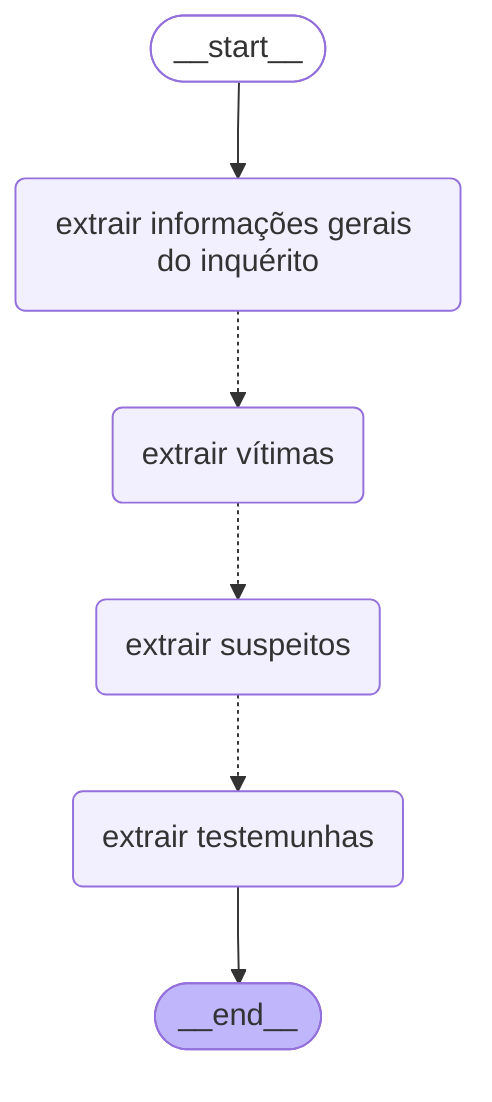
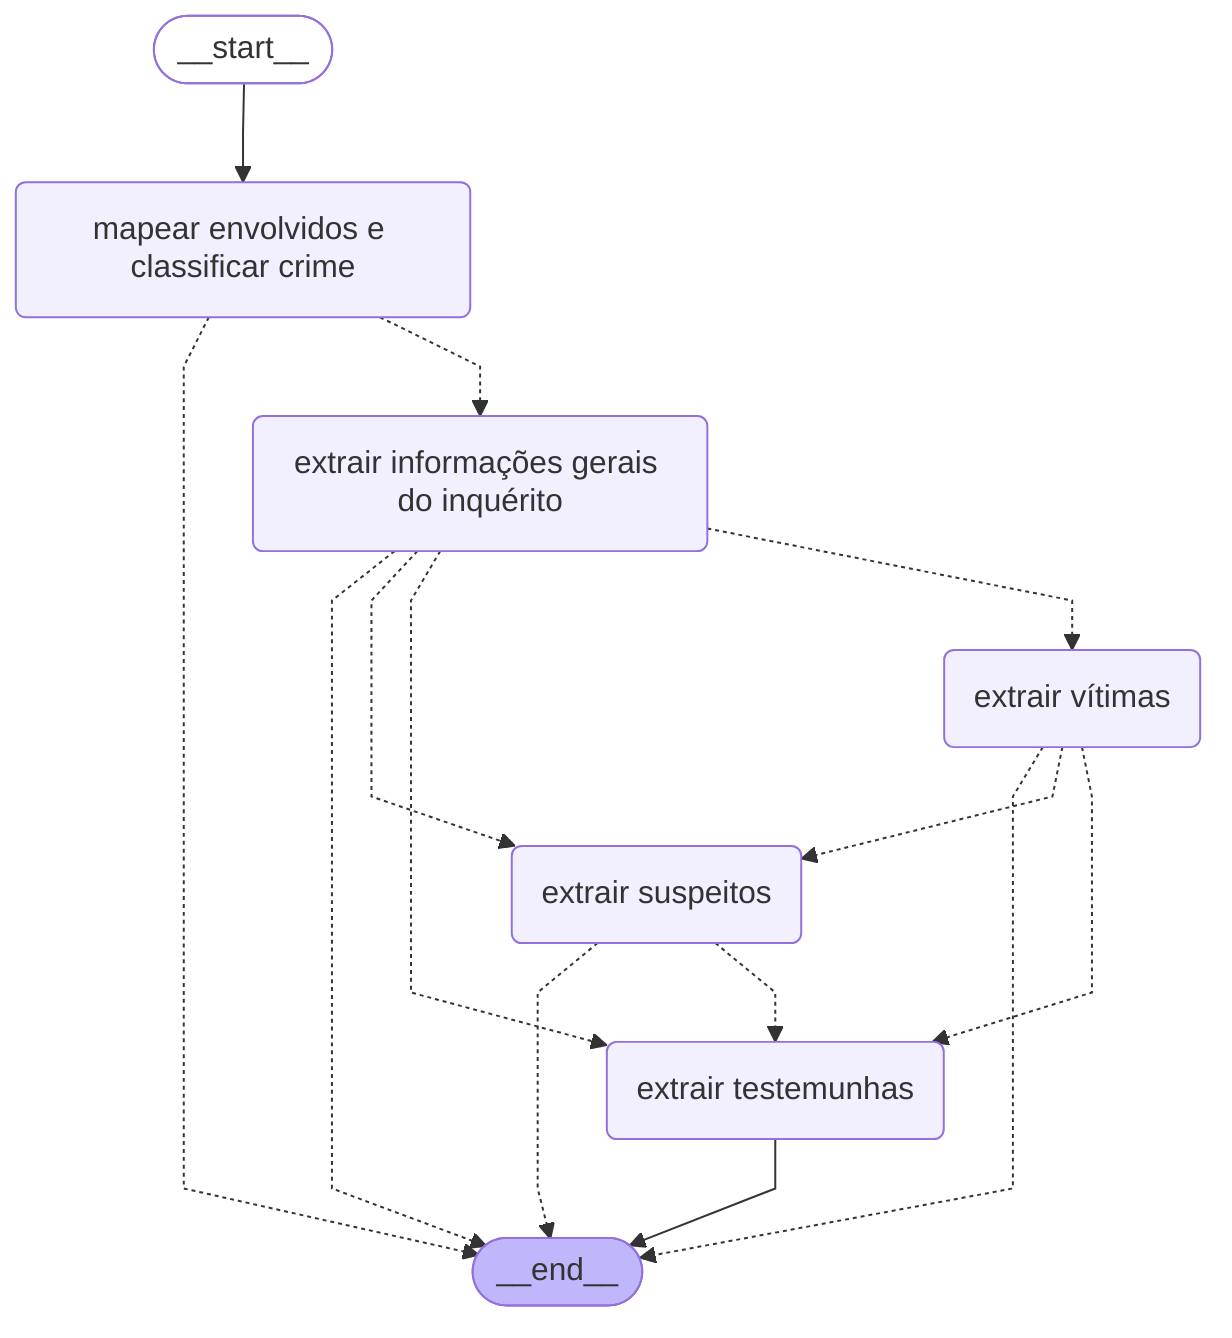
---
config:
  flowchart:
    curve: linear
---
graph TD;
	__start__([<p>__start__</p>]):::first
+ 	mapear_envolvidos_e_classificar_crime(mapear envolvidos e classificar crime)
	extrair_informa__es_gerais_do_inqu_rito(extrair informações gerais do inquérito)
	extrair_v_timas(extrair vítimas)
	extrair_suspeitos(extrair suspeitos)
	extrair_testemunhas(extrair testemunhas)
	__end__([<p>__end__</p>]):::last
- 	__start__ --> extrair_informa__es_gerais_do_inqu_rito;
+ 	__start__ --> mapear_envolvidos_e_classificar_crime;
+ 	extrair_informa__es_gerais_do_inqu_rito -.-> __end__;
+ 	extrair_informa__es_gerais_do_inqu_rito -.-> extrair_suspeitos;
+ 	extrair_informa__es_gerais_do_inqu_rito -.-> extrair_testemunhas;
	extrair_informa__es_gerais_do_inqu_rito -.-> extrair_v_timas;
+ 	extrair_suspeitos -.-> __end__;
	extrair_suspeitos -.-> extrair_testemunhas;
+ 	extrair_v_timas -.-> __end__;
	extrair_v_timas -.-> extrair_suspeitos;
+ 	extrair_v_timas -.-> extrair_testemunhas;
+ 	mapear_envolvidos_e_classificar_crime -.-> __end__;
+ 	mapear_envolvidos_e_classificar_crime -.-> extrair_informa__es_gerais_do_inqu_rito;
	extrair_testemunhas --> __end__;
	classDef default fill:#f2f0ff,line-height:1.2
	classDef first fill-opacity:0
	classDef last fill:#bfb6fc
